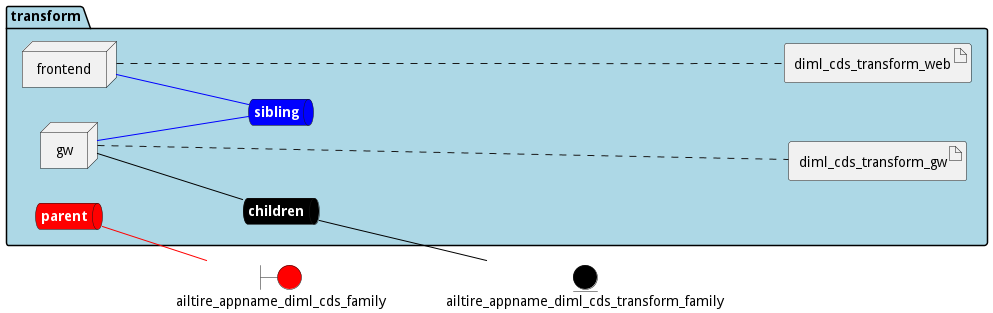
The PlantUML diagram docs/edgemere/diml/cds/transform/envs/dev/deployment.png in madajaju/edgemere, before a commit. Source of this version:
```plantuml
@startuml

left to right direction


boundary ailtire_appname_diml_cds_family #red


entity ailtire_appname_diml_cds_transform_family #black




package "transform" #lightblue {
    queue childrennet #black [
            <b><color:white>children</color></b>
    ]

    childrennet -[#black]- ailtire_appname_diml_cds_transform_family

    queue siblingnet #blue [
            <b><color:white>sibling</color></b>
    ]

    queue parentnet #red [
            <b><color:white>parent</color></b>
    ]

    parentnet -[#red]- ailtire_appname_diml_cds_family


node "frontend" as frontendService
node "gw" as gwService


        artifact "diml_cds_transform_web" as diml_cds_transform_webimage

        artifact "diml_cds_transform_gw" as diml_cds_transform_gwimage

}

frontendService -[#blue]- siblingnet

gwService -[#black]- childrennet

gwService -[#blue]- siblingnet
frontendService .... diml_cds_transform_webimage
gwService .... diml_cds_transform_gwimage


@enduml
```
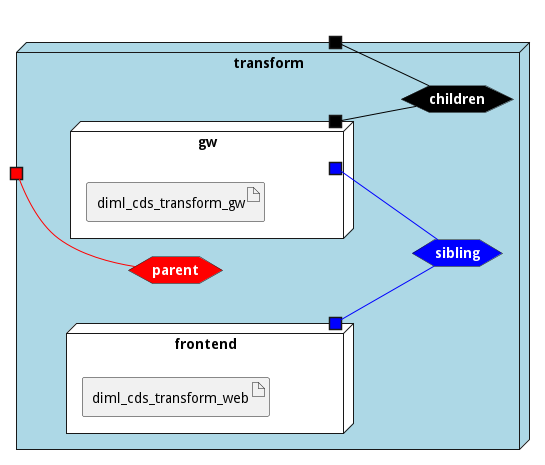
After the commit.

What changed in the source:
```diff
@@ -3,49 +3,53 @@
 left to right direction
 
 
-boundary ailtire_appname_diml_cds_family #red
-
-
-entity ailtire_appname_diml_cds_transform_family #black
 
 
 
 
-package "transform" #lightblue {
-    queue childrennet #black [
+
+node "transform" #lightblue {
+
+
+    hexagon childrennet #black [
             <b><color:white>children</color></b>
     ]
 
-    childrennet -[#black]- ailtire_appname_diml_cds_transform_family
+    portout " " as childrennetPortOut #black
+    childrennet -[#black]- childrennetPortOut
 
-    queue siblingnet #blue [
+    hexagon siblingnet #blue [
             <b><color:white>sibling</color></b>
     ]
 
-    queue parentnet #red [
+    hexagon parentnet #red [
             <b><color:white>parent</color></b>
     ]
 
-    parentnet -[#red]- ailtire_appname_diml_cds_family
+    portin " " as parentnetPortIn #red
+    parentnetPortIn -[#red]- parentnet
 
 
-node "frontend" as frontendService
-node "gw" as gwService
+node "frontend" as frontendService #white {
+    portOut " " as frontendServicesiblingnet #blue
+   frontendServicesiblingnet -[#blue]- siblingnet
 
 
-        artifact "diml_cds_transform_web" as diml_cds_transform_webimage
+    artifact "diml_cds_transform_web" as diml_cds_transform_webimage
 
-        artifact "diml_cds_transform_gw" as diml_cds_transform_gwimage
+}
+node "gw" as gwService #white {
+    portOut " " as gwServicechildrennet #black
+   gwServicechildrennet -[#black]- childrennet
+       portOut " " as gwServicesiblingnet #blue
+   gwServicesiblingnet -[#blue]- siblingnet
+
+
+    artifact "diml_cds_transform_gw" as diml_cds_transform_gwimage
 
 }
 
-frontendService -[#blue]- siblingnet
-
-gwService -[#black]- childrennet
-
-gwService -[#blue]- siblingnet
-frontendService .... diml_cds_transform_webimage
-gwService .... diml_cds_transform_gwimage
+}
 
 
 @enduml
```
